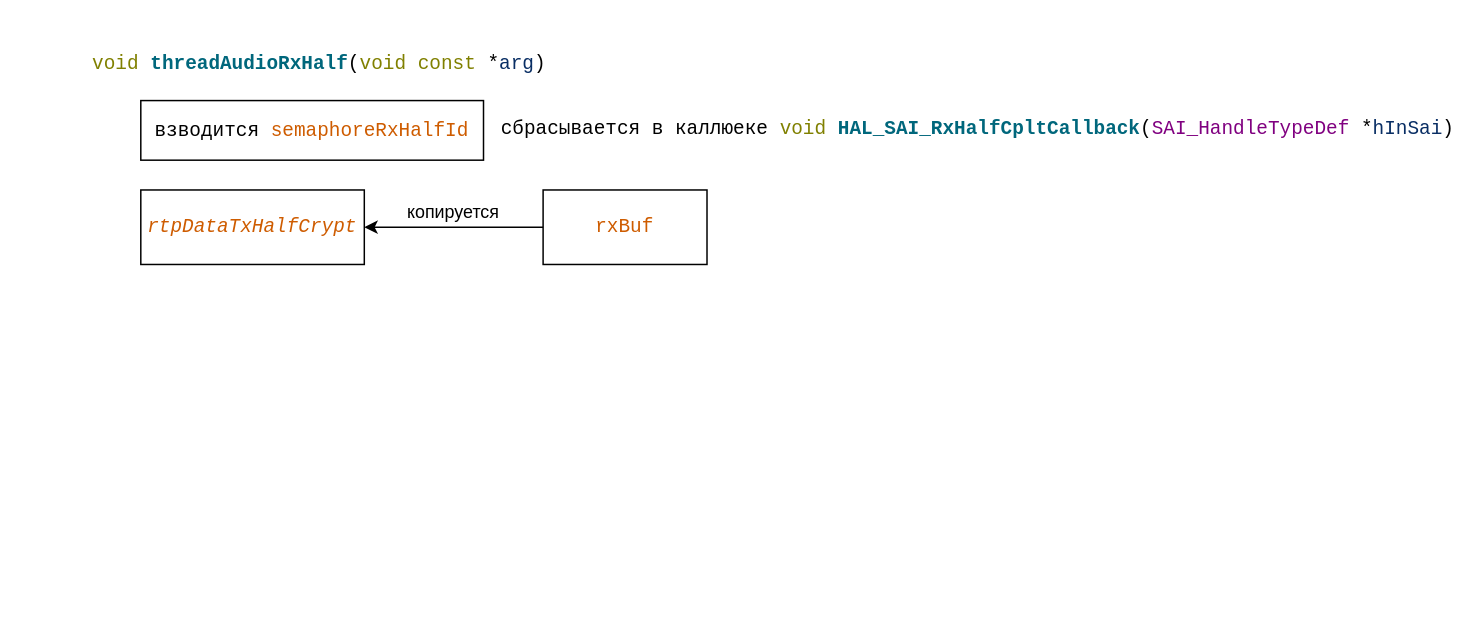
8evgeny/GIT keeps this draw.io diagram as 6_promwad2_step_by_step/Docs/Структура_данных.drawio. Above is the earlier version. Source tidied: cells renumbered, new cells numbered last; positions are measured from the earlier drawing's top-left corner, leaving out a move shared by most shapes. Both pictures are drawn from the tidied source at 149%, with x=0, y=0 at pixel (66, 40).
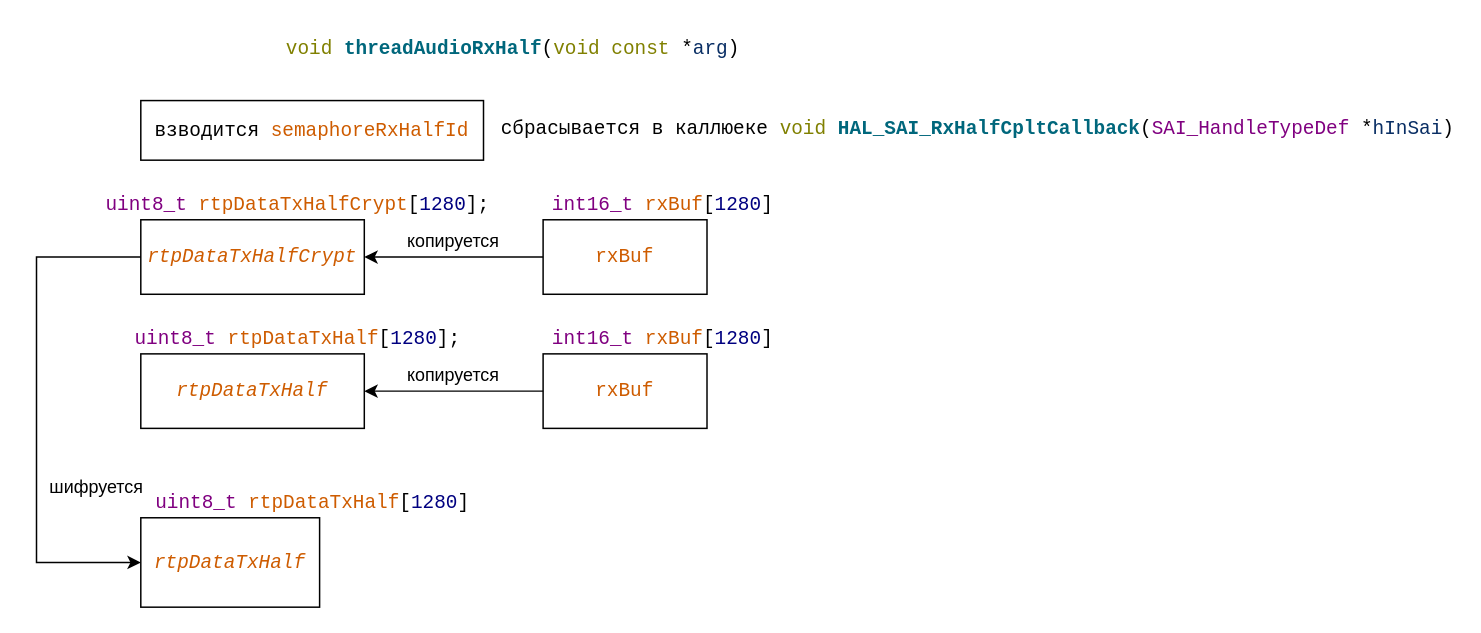
Above is the later version.

Diff of the diagram source:
```diff
@@
     <mxCell id="2" value="&lt;pre style=&quot;font-size: medium; text-align: start; margin-top: 0px; margin-bottom: 0px;&quot;&gt;&lt;span style=&quot;color: rgb(128, 128, 0);&quot;&gt;void&lt;/span&gt;&lt;span style=&quot;color: rgb(192, 192, 192);&quot;&gt; &lt;/span&gt;&lt;span style=&quot;font-weight: 700; color: rgb(0, 103, 124);&quot;&gt;threadAudioRxHalf&lt;/span&gt;(&lt;span style=&quot;color: rgb(128, 128, 0);&quot;&gt;void&lt;/span&gt;&lt;span style=&quot;color: rgb(192, 192, 192);&quot;&gt; &lt;/span&gt;&lt;span style=&quot;color: rgb(128, 128, 0);&quot;&gt;const&lt;/span&gt;&lt;span style=&quot;color: rgb(192, 192, 192);&quot;&gt; &lt;/span&gt;*&lt;span style=&quot;color: rgb(9, 46, 100);&quot;&gt;arg&lt;/span&gt;)&lt;/pre&gt;" style="text;html=1;strokeColor=none;fillColor=none;align=center;verticalAlign=middle;whiteSpace=wrap;rounded=0;" parent="1" vertex="1">
-      <mxGeometry width="340" height="30" as="geometry" />
+      <mxGeometry x="130" y="-10" width="340" height="30" as="geometry" />
     </mxCell>
@@
+    <mxCell id="9" style="edgeStyle=orthogonalEdgeStyle;rounded=0;jettySize=auto;html=1;exitX=0;exitY=0.5;exitDx=0;exitDy=0;fontColor=#000000;entryX=0;entryY=0.5;entryDx=0;entryDy=0;" parent="1" edge="1" source="5" target="18">
+      <mxGeometry relative="1" as="geometry">
+        <Array as="points">
+          <mxPoint x="-20" y="145" />
+          <mxPoint x="-20" y="350" />
+        </Array>
+      </mxGeometry>
+    </mxCell>
     <mxCell id="5" value="&lt;pre style=&quot;font-size: medium; text-align: start; margin-top: 0px; margin-bottom: 0px;&quot;&gt;&lt;span style=&quot;font-style: italic; color: rgb(206, 92, 0);&quot;&gt;rtpDataTxHalfCrypt&lt;/span&gt;&lt;/pre&gt;" style="rounded=0;whiteSpace=wrap;html=1;fontColor=#000000;fillColor=none;" parent="1" vertex="1">
-      <mxGeometry x="50" y="100" width="150" height="50" as="geometry" />
+      <mxGeometry x="50" y="120" width="150" height="50" as="geometry" />
     </mxCell>
     <mxCell id="6" value="&lt;pre style=&quot;font-size: medium; text-align: start; margin-top: 0px; margin-bottom: 0px;&quot;&gt;&lt;pre style=&quot;margin-top: 0px; margin-bottom: 0px;&quot;&gt;&lt;span style=&quot;color: rgb(206, 92, 0);&quot;&gt;rxBuf&lt;/span&gt;&lt;/pre&gt;&lt;/pre&gt;" style="rounded=0;whiteSpace=wrap;html=1;fontColor=#000000;fillColor=none;" parent="1" vertex="1">
-      <mxGeometry x="320" y="100" width="110" height="50" as="geometry" />
+      <mxGeometry x="320" y="120" width="110" height="50" as="geometry" />
     </mxCell>
@@
     <mxCell id="8" value="копируется" style="text;html=1;strokeColor=none;fillColor=none;align=center;verticalAlign=middle;whiteSpace=wrap;rounded=0;fontColor=#000000;" parent="1" vertex="1">
-      <mxGeometry x="230" y="100" width="60" height="30" as="geometry" />
+      <mxGeometry x="230" y="120" width="60" height="30" as="geometry" />
     </mxCell>
+    <mxCell id="10" value="&lt;pre style=&quot;font-size: medium; text-align: start; margin-top: 0px; margin-bottom: 0px;&quot;&gt;&lt;span style=&quot;color: rgb(128, 0, 128);&quot;&gt;int16_t&lt;/span&gt;&lt;span style=&quot;color: rgb(192, 192, 192);&quot;&gt; &lt;/span&gt;&lt;span style=&quot;color: rgb(206, 92, 0);&quot;&gt;rxBuf&lt;/span&gt;[&lt;span style=&quot;color: rgb(0, 0, 128);&quot;&gt;1280&lt;/span&gt;]&lt;/pre&gt;" style="text;html=1;align=center;verticalAlign=middle;strokeColor=none;fillColor=none;fontColor=#000000;" parent="1" vertex="1">
+      <mxGeometry x="320" y="100" width="160" height="20" as="geometry" />
+    </mxCell>
+    <mxCell id="11" value="&lt;pre style=&quot;font-size: medium; text-align: start; margin-top: 0px; margin-bottom: 0px;&quot;&gt;&lt;span style=&quot;color: rgb(128, 0, 128);&quot;&gt;uint8_t&lt;/span&gt;&lt;span style=&quot;color: rgb(192, 192, 192);&quot;&gt; &lt;/span&gt;&lt;span style=&quot;color: rgb(206, 92, 0);&quot;&gt;rtpDataTxHalfCrypt&lt;/span&gt;[&lt;span style=&quot;color: rgb(0, 0, 128);&quot;&gt;1280&lt;/span&gt;];&lt;/pre&gt;" style="text;html=1;align=center;verticalAlign=middle;strokeColor=none;fillColor=none;fontColor=#000000;" parent="1" vertex="1">
+      <mxGeometry x="20" y="100" width="270" height="20" as="geometry" />
+    </mxCell>
+    <mxCell id="12" value="&lt;pre style=&quot;font-size: medium; text-align: start; margin-top: 0px; margin-bottom: 0px;&quot;&gt;&lt;span style=&quot;font-style: italic; color: rgb(206, 92, 0);&quot;&gt;rtpDataTxHalf&lt;/span&gt;&lt;/pre&gt;" style="rounded=0;whiteSpace=wrap;html=1;fontColor=#000000;fillColor=none;" parent="1" vertex="1">
+      <mxGeometry x="50" y="210" width="150" height="50" as="geometry" />
+    </mxCell>
+    <mxCell id="13" value="&lt;pre style=&quot;font-size: medium; text-align: start; margin-top: 0px; margin-bottom: 0px;&quot;&gt;&lt;pre style=&quot;margin-top: 0px; margin-bottom: 0px;&quot;&gt;&lt;span style=&quot;color: rgb(206, 92, 0);&quot;&gt;rxBuf&lt;/span&gt;&lt;/pre&gt;&lt;/pre&gt;" style="rounded=0;whiteSpace=wrap;html=1;fontColor=#000000;fillColor=none;" parent="1" vertex="1">
+      <mxGeometry x="320" y="210" width="110" height="50" as="geometry" />
+    </mxCell>
+    <mxCell id="14" style="endArrow=classic;html=1;rounded=0;fontColor=#000000;exitX=0;exitY=0.5;exitDx=0;exitDy=0;entryX=1;entryY=0.5;entryDx=0;entryDy=0;" parent="1" edge="1" source="13" target="12">
+      <mxGeometry relative="1" as="geometry" />
+    </mxCell>
+    <mxCell id="15" value="копируется" style="text;html=1;strokeColor=none;fillColor=none;align=center;verticalAlign=middle;whiteSpace=wrap;rounded=0;fontColor=#000000;" parent="1" vertex="1">
+      <mxGeometry x="230" y="210" width="60" height="30" as="geometry" />
+    </mxCell>
+    <mxCell id="16" value="&lt;pre style=&quot;font-size: medium; text-align: start; margin-top: 0px; margin-bottom: 0px;&quot;&gt;&lt;span style=&quot;color: rgb(128, 0, 128);&quot;&gt;int16_t&lt;/span&gt;&lt;span style=&quot;color: rgb(192, 192, 192);&quot;&gt; &lt;/span&gt;&lt;span style=&quot;color: rgb(206, 92, 0);&quot;&gt;rxBuf&lt;/span&gt;[&lt;span style=&quot;color: rgb(0, 0, 128);&quot;&gt;1280&lt;/span&gt;]&lt;/pre&gt;" style="text;html=1;align=center;verticalAlign=middle;strokeColor=none;fillColor=none;fontColor=#000000;" parent="1" vertex="1">
+      <mxGeometry x="320" y="190" width="160" height="20" as="geometry" />
+    </mxCell>
+    <mxCell id="17" value="&lt;pre style=&quot;font-size: medium; text-align: start; margin-top: 0px; margin-bottom: 0px;&quot;&gt;&lt;span style=&quot;color: rgb(128, 0, 128);&quot;&gt;uint8_t&lt;/span&gt;&lt;span style=&quot;color: rgb(192, 192, 192);&quot;&gt; &lt;/span&gt;&lt;span style=&quot;color: rgb(206, 92, 0);&quot;&gt;rtpDataTxHalf&lt;/span&gt;[&lt;span style=&quot;color: rgb(0, 0, 128);&quot;&gt;1280&lt;/span&gt;];&lt;/pre&gt;" style="text;html=1;align=center;verticalAlign=middle;strokeColor=none;fillColor=none;fontColor=#000000;" parent="1" vertex="1">
+      <mxGeometry x="40" y="190" width="230" height="20" as="geometry" />
+    </mxCell>
+    <mxCell id="18" value="&lt;pre style=&quot;font-size: medium; text-align: start; margin-top: 0px; margin-bottom: 0px;&quot;&gt;&lt;span style=&quot;font-style: italic; color: rgb(206, 92, 0);&quot;&gt;rtpDataTxHalf&lt;/span&gt;&lt;/pre&gt;" style="rounded=0;whiteSpace=wrap;html=1;fontColor=#000000;fillColor=none;" parent="1" vertex="1">
+      <mxGeometry x="50" y="320" width="120" height="60" as="geometry" />
+    </mxCell>
+    <mxCell id="19" value="шифруется" style="text;html=1;align=center;verticalAlign=middle;strokeColor=none;fillColor=none;fontColor=#000000;" parent="1" vertex="1">
+      <mxGeometry x="-20" y="290" width="80" height="20" as="geometry" />
+    </mxCell>
+    <mxCell id="20" value="&lt;pre style=&quot;font-size: medium; text-align: start; margin-top: 0px; margin-bottom: 0px;&quot;&gt;&lt;span style=&quot;color: rgb(128, 0, 128);&quot;&gt;uint8_t&lt;/span&gt;&lt;span style=&quot;color: rgb(192, 192, 192);&quot;&gt; &lt;/span&gt;&lt;span style=&quot;color: rgb(206, 92, 0);&quot;&gt;rtpDataTxHalf&lt;/span&gt;[&lt;span style=&quot;color: rgb(0, 0, 128);&quot;&gt;1280&lt;/span&gt;]&lt;/pre&gt;" style="text;html=1;align=center;verticalAlign=middle;strokeColor=none;fillColor=none;fontColor=#000000;" parent="1" vertex="1">
+      <mxGeometry x="50" y="300" width="230" height="20" as="geometry" />
+    </mxCell>
```
